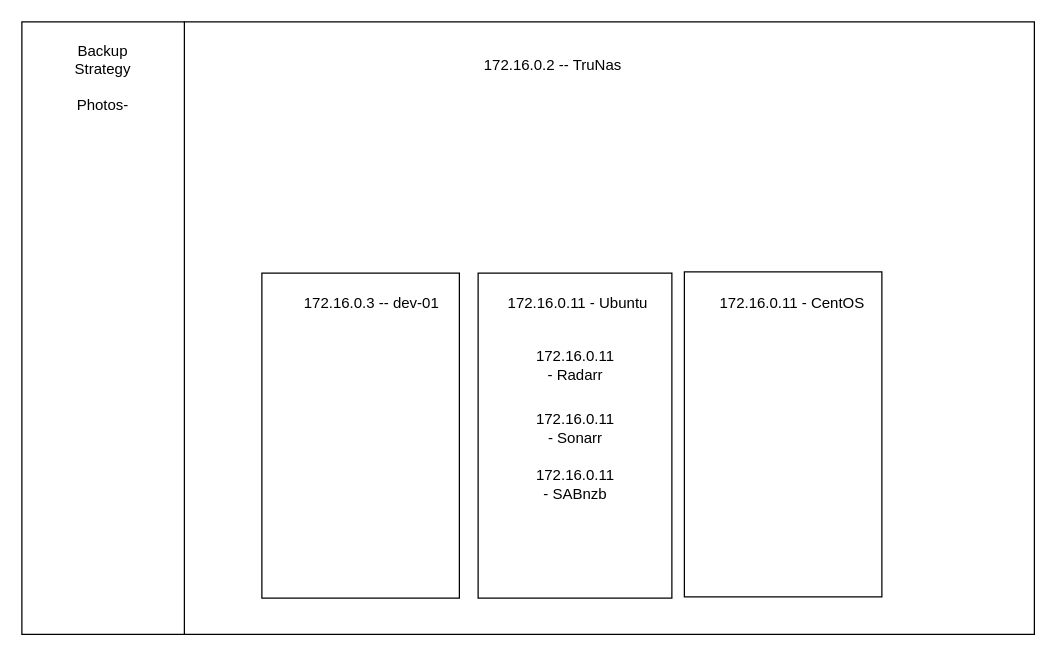
This is Homelab digram.drawio from tpimental/homelab, a draw.io file, before an edit. Source tidied: cells renumbered, new cells numbered last; positions are measured from the earlier drawing's top-left corner, leaving out a move shared by most shapes. Both pictures are drawn from the tidied source at 125%, with x=0, y=0 at pixel (21, 21).
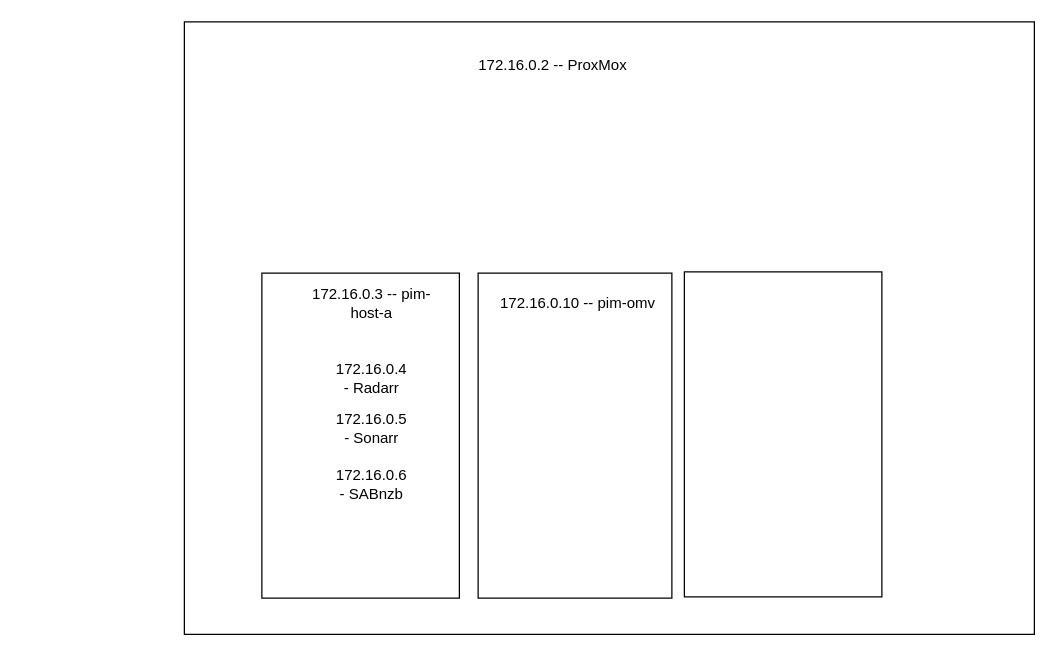
The same diagram, later.

Change to the diagram source:
```diff
@@
 <mxGraphModel>
   <root>
     <mxCell id="0" />
     <mxCell id="1" parent="0" />
     <mxCell id="2" style="rounded=0;whiteSpace=wrap;html=1;" parent="1" vertex="1">
       <mxGeometry x="130" width="680" height="490" as="geometry" />
     </mxCell>
     <mxCell id="3" style="rounded=0;whiteSpace=wrap;html=1;" parent="1" vertex="1">
       <mxGeometry x="192" y="201" width="158" height="260" as="geometry" />
     </mxCell>
-    <mxCell id="4" value="172.16.0.2 -- TruNas" style="text;html=1;strokeColor=none;fillColor=none;align=center;verticalAlign=middle;whiteSpace=wrap;rounded=0;" parent="1" vertex="1">
+    <mxCell id="4" value="172.16.0.2 -- ProxMox" style="text;html=1;strokeColor=none;fillColor=none;align=center;verticalAlign=middle;whiteSpace=wrap;rounded=0;" parent="1" vertex="1">
       <mxGeometry x="350" y="20" width="150" height="30" as="geometry" />
     </mxCell>
     <mxCell id="5" style="rounded=0;whiteSpace=wrap;html=1;" parent="1" vertex="1">
       <mxGeometry x="365" y="201" width="155" height="260" as="geometry" />
     </mxCell>
-    <mxCell id="6" value="172.16.0.11 - Radarr" style="text;html=1;strokeColor=none;fillColor=none;align=center;verticalAlign=middle;whiteSpace=wrap;rounded=0;" parent="1" vertex="1">
-      <mxGeometry x="412.5" y="260" width="60" height="30" as="geometry" />
+    <mxCell id="6" value="172.16.0.4 - Radarr" style="text;html=1;strokeColor=none;fillColor=none;align=center;verticalAlign=middle;whiteSpace=wrap;rounded=0;" parent="1" vertex="1">
+      <mxGeometry x="250" y="270" width="60" height="30" as="geometry" />
     </mxCell>
-    <mxCell id="7" value="172.16.0.11 - Sonarr" style="text;html=1;strokeColor=none;fillColor=none;align=center;verticalAlign=middle;whiteSpace=wrap;rounded=0;" parent="1" vertex="1">
-      <mxGeometry x="412.5" y="310" width="60" height="30" as="geometry" />
+    <mxCell id="7" value="172.16.0.5 - Sonarr" style="text;html=1;strokeColor=none;fillColor=none;align=center;verticalAlign=middle;whiteSpace=wrap;rounded=0;" parent="1" vertex="1">
+      <mxGeometry x="250" y="310" width="60" height="30" as="geometry" />
     </mxCell>
-    <mxCell id="8" value="172.16.0.11 - SABnzb" style="text;html=1;strokeColor=none;fillColor=none;align=center;verticalAlign=middle;whiteSpace=wrap;rounded=0;" parent="1" vertex="1">
-      <mxGeometry x="412.5" y="355" width="60" height="30" as="geometry" />
+    <mxCell id="8" value="172.16.0.6 - SABnzb" style="text;html=1;strokeColor=none;fillColor=none;align=center;verticalAlign=middle;whiteSpace=wrap;rounded=0;" parent="1" vertex="1">
+      <mxGeometry x="250" y="355" width="60" height="30" as="geometry" />
     </mxCell>
     <mxCell id="9" style="rounded=0;whiteSpace=wrap;html=1;" parent="1" vertex="1">
       <mxGeometry x="530" y="200" width="158" height="260" as="geometry" />
     </mxCell>
-    <mxCell id="10" value="172.16.0.11 - CentOS" style="text;html=1;strokeColor=none;fillColor=none;align=center;verticalAlign=middle;whiteSpace=wrap;rounded=0;" parent="1" vertex="1">
-      <mxGeometry x="551.5" y="210" width="128.5" height="30" as="geometry" />
-    </mxCell>
-    <mxCell id="11" value="172.16.0.3 -- dev-01" style="text;html=1;strokeColor=none;fillColor=none;align=center;verticalAlign=middle;whiteSpace=wrap;rounded=0;" parent="1" vertex="1">
+    <mxCell id="11" value="172.16.0.3 -- pim-host-a" style="text;html=1;strokeColor=none;fillColor=none;align=center;verticalAlign=middle;whiteSpace=wrap;rounded=0;" parent="1" vertex="1">
       <mxGeometry x="220" y="210" width="120" height="30" as="geometry" />
     </mxCell>
-    <mxCell id="12" value="172.16.0.11 - Ubuntu" style="text;html=1;strokeColor=none;fillColor=none;align=center;verticalAlign=middle;whiteSpace=wrap;rounded=0;" parent="1" vertex="1">
+    <mxCell id="12" value="172.16.0.10 -- pim-omv" style="text;html=1;strokeColor=none;fillColor=none;align=center;verticalAlign=middle;whiteSpace=wrap;rounded=0;" parent="1" vertex="1">
       <mxGeometry x="380" y="210" width="130" height="30" as="geometry" />
     </mxCell>
-    <mxCell id="13" style="rounded=0;whiteSpace=wrap;html=1;" parent="1" vertex="1">
-      <mxGeometry width="130" height="490" as="geometry" />
-    </mxCell>
-    <mxCell id="14" value="Backup Strategy&lt;br&gt;&lt;br&gt;Photos-" style="text;html=1;strokeColor=none;fillColor=none;align=center;verticalAlign=middle;whiteSpace=wrap;rounded=0;" parent="1" vertex="1">
-      <mxGeometry x="35" y="30" width="60" height="30" as="geometry" />
-    </mxCell>
   </root>
 </mxGraphModel>
```
